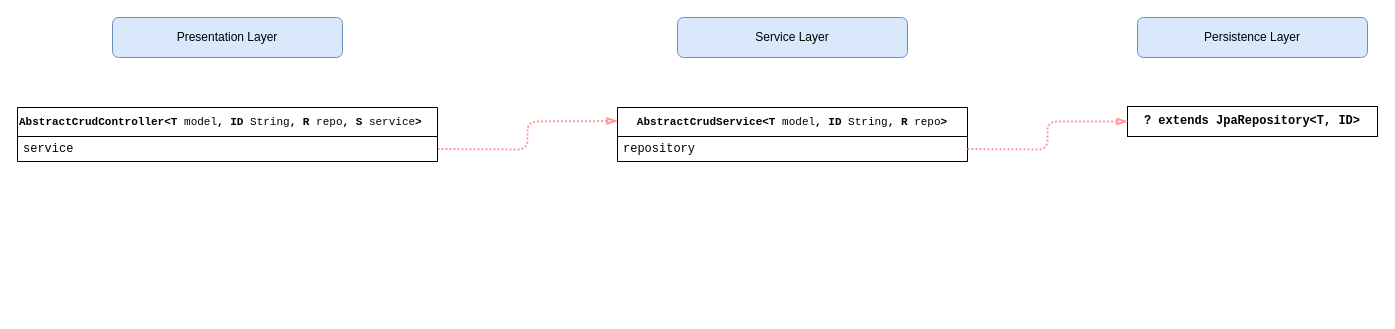
This is page "Layers" (2 of 5) of plans.drawio from sean-b765/hls-app, a draw.io file, before an edit. Source tidied: cells renumbered, new cells numbered last; positions are measured from the earlier drawing's top-left corner, leaving out a move shared by most shapes. Both pictures are drawn from the tidied source at 100%, with x=0, y=0 at pixel (17, 17).
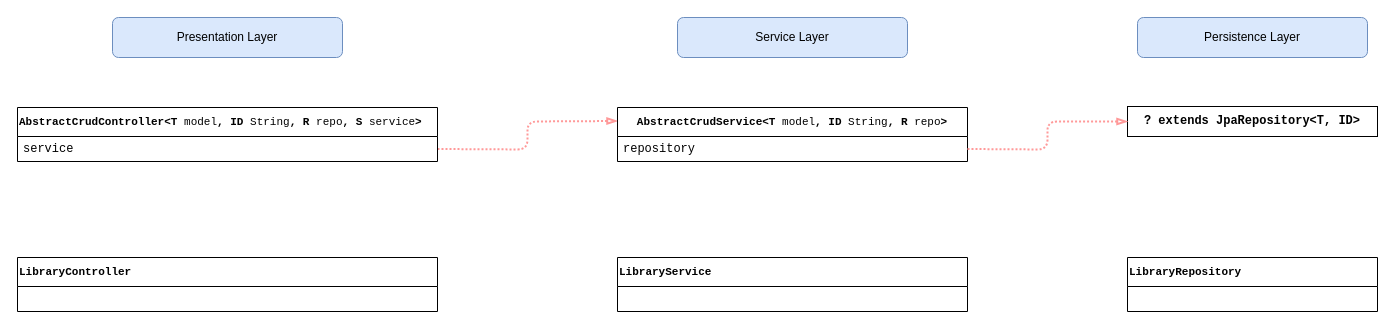
The same page after the edit.

Commit message (it also covers changes not shown here):
update extensions and drawio guide

The edit, as a diff of the source:
```diff
@@
 <mxGraphModel>
   <root>
     <mxCell id="0" />
     <mxCell id="1" parent="0" />
     <mxCell id="2" style="edgeStyle=none;html=1;entryX=0;entryY=0.25;entryDx=0;entryDy=0;startArrow=none;startFill=0;dashed=1;dashPattern=1 1;endArrow=blockThin;endFill=0;exitX=1;exitY=0.5;exitDx=0;exitDy=0;strokeColor=#FF9999;strokeWidth=2;" parent="1" edge="1" source="7" target="4">
       <mxGeometry relative="1" as="geometry">
         <Array as="points">
           <mxPoint x="510" y="132" />
           <mxPoint x="510" y="104" />
         </Array>
       </mxGeometry>
     </mxCell>
     <mxCell id="3" value="? extends JpaRepository&amp;lt;T, ID&amp;gt;" style="rounded=0;whiteSpace=wrap;html=1;fontFamily=Courier New;fontStyle=1;" parent="1" vertex="1">
       <mxGeometry x="1110" y="89" width="250" height="30" as="geometry" />
     </mxCell>
     <mxCell id="4" value="&lt;span style=&quot;color: rgb(0, 0, 0);&quot;&gt;&lt;font style=&quot;font-size: 11px;&quot;&gt;AbstractCrudService&amp;lt;T &lt;span style=&quot;font-weight: normal;&quot;&gt;model&lt;/span&gt;, ID &lt;span style=&quot;font-weight: normal;&quot;&gt;String&lt;/span&gt;, R &lt;span style=&quot;font-weight: normal;&quot;&gt;repo&lt;/span&gt;&amp;gt;&lt;/font&gt;&lt;/span&gt;" style="swimlane;fontStyle=1;align=center;verticalAlign=middle;horizontal=1;startSize=29;html=1;whiteSpace=wrap;fontFamily=Courier New;" parent="1" vertex="1">
       <mxGeometry x="600" y="90" width="350" height="54" as="geometry" />
     </mxCell>
     <mxCell id="5" value="repository" style="text;html=1;strokeColor=none;fillColor=none;align=left;verticalAlign=middle;spacingLeft=4;spacingRight=4;overflow=hidden;points=[[0,0.5],[1,0.5]];portConstraint=eastwest;whiteSpace=wrap;fontFamily=Courier New;" parent="4" vertex="1">
       <mxGeometry y="29" width="350" height="25" as="geometry" />
     </mxCell>
     <mxCell id="6" value="&lt;span style=&quot;color: rgb(0, 0, 0);&quot;&gt;&lt;font style=&quot;font-size: 11px;&quot;&gt;AbstractCrudController&amp;lt;T &lt;span style=&quot;font-weight: normal;&quot;&gt;model&lt;/span&gt;, ID &lt;span style=&quot;font-weight: normal;&quot;&gt;String&lt;/span&gt;, R &lt;span style=&quot;font-weight: normal;&quot;&gt;repo&lt;/span&gt;, S &lt;span style=&quot;font-weight: normal;&quot;&gt;service&lt;/span&gt;&amp;gt;&lt;/font&gt;&lt;/span&gt;" style="swimlane;fontStyle=1;align=left;verticalAlign=middle;horizontal=1;startSize=29;html=1;whiteSpace=wrap;fontFamily=Courier New;" parent="1" vertex="1">
       <mxGeometry y="90" width="420" height="54" as="geometry" />
     </mxCell>
     <mxCell id="7" value="service" style="text;html=1;strokeColor=none;fillColor=none;align=left;verticalAlign=middle;spacingLeft=4;spacingRight=4;overflow=hidden;points=[[0,0.5],[1,0.5]];portConstraint=eastwest;whiteSpace=wrap;fontFamily=Courier New;" parent="6" vertex="1">
       <mxGeometry y="29" width="420" height="25" as="geometry" />
     </mxCell>
     <mxCell id="8" style="edgeStyle=none;html=1;entryX=0;entryY=0.5;entryDx=0;entryDy=0;startArrow=none;startFill=0;dashed=1;dashPattern=1 1;endArrow=blockThin;endFill=0;exitX=1;exitY=0.5;exitDx=0;exitDy=0;strokeColor=#FF9999;strokeWidth=2;" parent="1" edge="1" source="5" target="3">
       <mxGeometry relative="1" as="geometry">
         <Array as="points">
           <mxPoint x="1030" y="132" />
           <mxPoint x="1030" y="104" />
         </Array>
       </mxGeometry>
     </mxCell>
     <mxCell id="9" value="Presentation Layer" style="rounded=1;whiteSpace=wrap;html=1;fillColor=#dae8fc;strokeColor=#6c8ebf;" parent="1" vertex="1">
       <mxGeometry x="95" width="230" height="40" as="geometry" />
     </mxCell>
     <mxCell id="10" value="Service Layer" style="rounded=1;whiteSpace=wrap;html=1;fillColor=#dae8fc;strokeColor=#6c8ebf;" parent="1" vertex="1">
       <mxGeometry x="660" width="230" height="40" as="geometry" />
     </mxCell>
     <mxCell id="11" value="Persistence Layer" style="rounded=1;whiteSpace=wrap;html=1;fillColor=#dae8fc;strokeColor=#6c8ebf;" parent="1" vertex="1">
       <mxGeometry x="1120" width="230" height="40" as="geometry" />
     </mxCell>
+    <mxCell id="12" value="&lt;span style=&quot;color: rgb(0, 0, 0);&quot;&gt;&lt;font style=&quot;font-size: 11px;&quot;&gt;LibraryController&lt;/font&gt;&lt;/span&gt;" style="swimlane;fontStyle=1;align=left;verticalAlign=middle;horizontal=1;startSize=29;html=1;whiteSpace=wrap;fontFamily=Courier New;" parent="1" vertex="1">
+      <mxGeometry y="240" width="420" height="54" as="geometry" />
+    </mxCell>
+    <mxCell id="13" value="&lt;span style=&quot;color: rgb(0, 0, 0);&quot;&gt;&lt;font style=&quot;font-size: 11px;&quot;&gt;LibraryService&lt;/font&gt;&lt;/span&gt;" style="swimlane;fontStyle=1;align=left;verticalAlign=middle;horizontal=1;startSize=29;html=1;whiteSpace=wrap;fontFamily=Courier New;" parent="1" vertex="1">
+      <mxGeometry x="600" y="240" width="350" height="54" as="geometry" />
+    </mxCell>
+    <mxCell id="14" value="&lt;span style=&quot;color: rgb(0, 0, 0);&quot;&gt;&lt;font style=&quot;font-size: 11px;&quot;&gt;LibraryRepository&lt;/font&gt;&lt;/span&gt;" style="swimlane;fontStyle=1;align=left;verticalAlign=middle;horizontal=1;startSize=29;html=1;whiteSpace=wrap;fontFamily=Courier New;" parent="1" vertex="1">
+      <mxGeometry x="1110" y="240" width="250" height="54" as="geometry" />
+    </mxCell>
   </root>
 </mxGraphModel>
```
